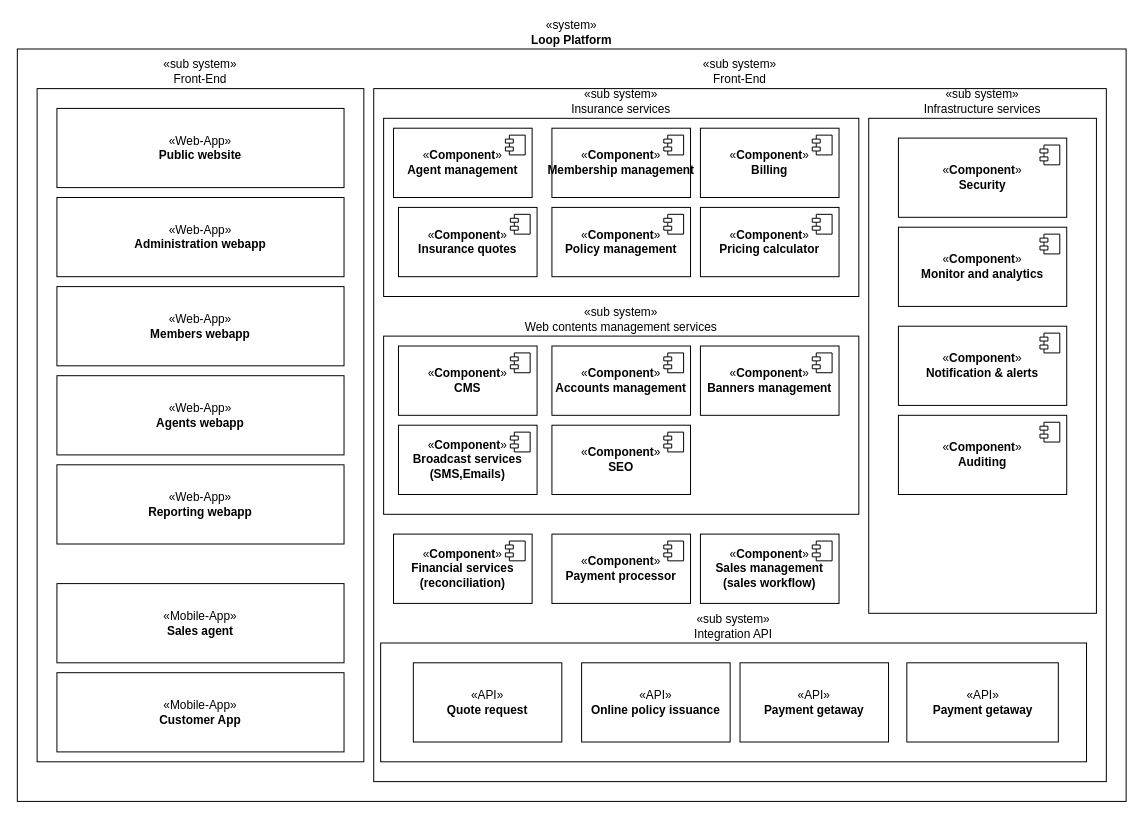
Before: Components diagram.drawio in Dimah02/Software-development-and-documentation, a draw.io diagram. Source tidied: cells renumbered, new cells numbered last; positions are measured from the earlier drawing's top-left corner, leaving out a move shared by most shapes. Both pictures are drawn from the tidied source at 99%, with x=0, y=0 at pixel (17, 49).
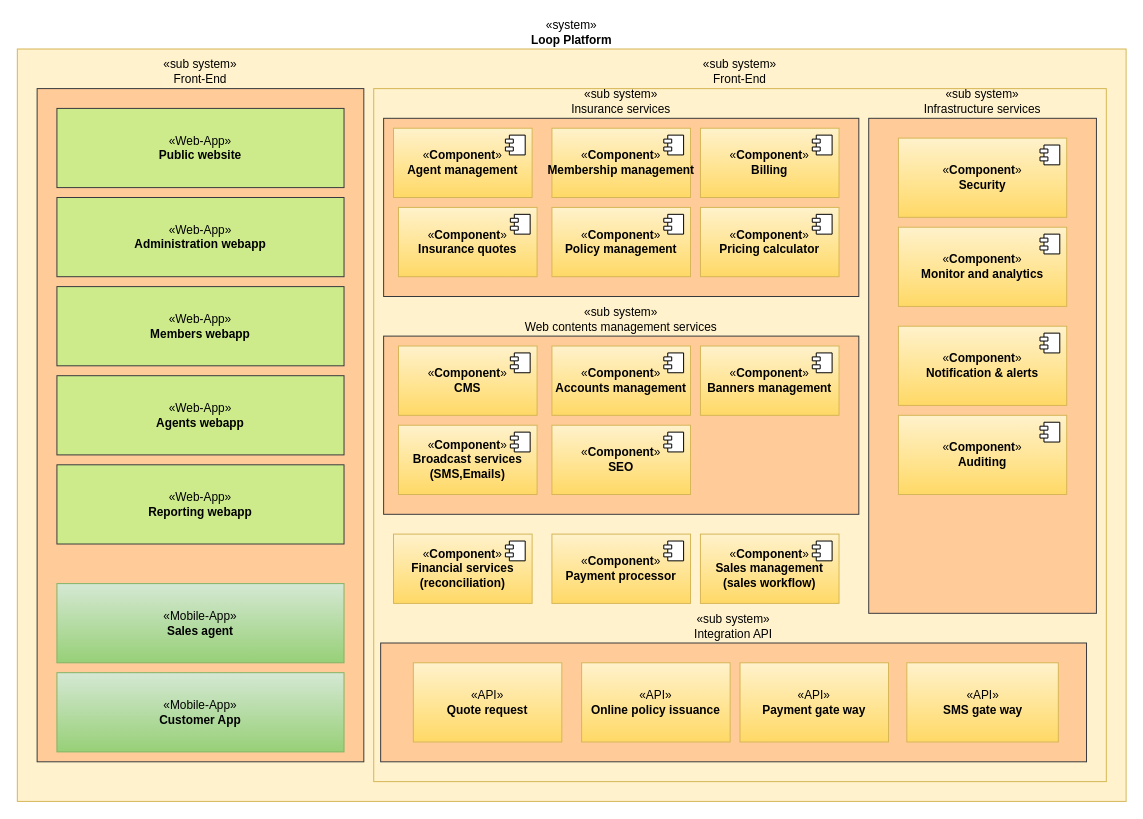
After the change.

The edit, as a diff of the source:
```diff
@@
-    <mxCell id="2" value="«system»&lt;br&gt;&lt;b&gt;Loop Platform&lt;/b&gt;" style="html=1;whiteSpace=wrap;labelPosition=center;verticalLabelPosition=top;align=center;verticalAlign=bottom;" parent="1" vertex="1">
+    <mxCell id="2" value="«system»&lt;br&gt;&lt;b&gt;Loop Platform&lt;/b&gt;" style="html=1;whiteSpace=wrap;labelPosition=center;verticalLabelPosition=top;align=center;verticalAlign=bottom;fillColor=#fff2cc;strokeColor=#d6b656;" parent="1" vertex="1">
       <mxGeometry width="1120" height="760" as="geometry" />
     </mxCell>
-    <mxCell id="3" value="«sub system»&lt;br&gt;Front-End" style="html=1;whiteSpace=wrap;labelPosition=center;verticalLabelPosition=top;align=center;verticalAlign=bottom;" parent="1" vertex="1">
+    <mxCell id="3" value="«sub system»&lt;br&gt;Front-End" style="html=1;whiteSpace=wrap;labelPosition=center;verticalLabelPosition=top;align=center;verticalAlign=bottom;fillColor=#ffcc99;strokeColor=#36393d;" parent="1" vertex="1">
       <mxGeometry x="20" y="40" width="330" height="680" as="geometry" />
     </mxCell>
-    <mxCell id="4" value="«sub system»&lt;br&gt;Front-End" style="html=1;whiteSpace=wrap;labelPosition=center;verticalLabelPosition=top;align=center;verticalAlign=bottom;" parent="1" vertex="1">
+    <mxCell id="4" value="«sub system»&lt;br&gt;Front-End" style="html=1;whiteSpace=wrap;labelPosition=center;verticalLabelPosition=top;align=center;verticalAlign=bottom;fillColor=#fff2cc;strokeColor=#d6b656;" parent="1" vertex="1">
       <mxGeometry x="360" y="40" width="740" height="700" as="geometry" />
     </mxCell>
-    <mxCell id="5" value="«Web-App»&lt;br&gt;&lt;b&gt;Public website&lt;/b&gt;" style="html=1;whiteSpace=wrap;" parent="1" vertex="1">
+    <mxCell id="5" value="«Web-App»&lt;br&gt;&lt;b&gt;Public website&lt;/b&gt;" style="html=1;whiteSpace=wrap;fillColor=#cdeb8b;strokeColor=#36393d;" parent="1" vertex="1">
       <mxGeometry x="40" y="60" width="290" height="80" as="geometry" />
     </mxCell>
-    <mxCell id="6" value="«Web-App»&lt;br&gt;&lt;b&gt;Administration webapp&lt;/b&gt;" style="html=1;whiteSpace=wrap;" parent="1" vertex="1">
+    <mxCell id="6" value="«Web-App»&lt;br&gt;&lt;b&gt;Administration webapp&lt;/b&gt;" style="html=1;whiteSpace=wrap;fillColor=#cdeb8b;strokeColor=#36393d;" parent="1" vertex="1">
       <mxGeometry x="40" y="150" width="290" height="80" as="geometry" />
     </mxCell>
-    <mxCell id="7" value="«Web-App»&lt;br&gt;&lt;b&gt;Members webapp&lt;/b&gt;" style="html=1;whiteSpace=wrap;" parent="1" vertex="1">
+    <mxCell id="7" value="«Web-App»&lt;br&gt;&lt;b&gt;Members webapp&lt;/b&gt;" style="html=1;whiteSpace=wrap;fillColor=#cdeb8b;strokeColor=#36393d;" parent="1" vertex="1">
       <mxGeometry x="40" y="240" width="290" height="80" as="geometry" />
     </mxCell>
-    <mxCell id="8" value="«Web-App»&lt;br&gt;&lt;b&gt;Agents webapp&lt;/b&gt;" style="html=1;whiteSpace=wrap;" parent="1" vertex="1">
+    <mxCell id="8" value="«Web-App»&lt;br&gt;&lt;b&gt;Agents webapp&lt;/b&gt;" style="html=1;whiteSpace=wrap;fillColor=#cdeb8b;strokeColor=#36393d;" parent="1" vertex="1">
       <mxGeometry x="40" y="330" width="290" height="80" as="geometry" />
     </mxCell>
-    <mxCell id="9" value="«Web-App»&lt;br&gt;&lt;b&gt;Reporting webapp&lt;/b&gt;" style="html=1;whiteSpace=wrap;" parent="1" vertex="1">
+    <mxCell id="9" value="«Web-App»&lt;br&gt;&lt;b&gt;Reporting webapp&lt;/b&gt;" style="html=1;whiteSpace=wrap;fillColor=#cdeb8b;strokeColor=#36393d;" parent="1" vertex="1">
       <mxGeometry x="40" y="420" width="290" height="80" as="geometry" />
     </mxCell>
-    <mxCell id="10" value="«Mobile-App»&lt;br&gt;&lt;b&gt;Sales agent&lt;/b&gt;" style="html=1;whiteSpace=wrap;" parent="1" vertex="1">
+    <mxCell id="10" value="«Mobile-App»&lt;br&gt;&lt;b&gt;Sales agent&lt;/b&gt;" style="html=1;whiteSpace=wrap;fillColor=#d5e8d4;gradientColor=#97d077;strokeColor=#82b366;" parent="1" vertex="1">
       <mxGeometry x="40" y="540" width="290" height="80" as="geometry" />
     </mxCell>
-    <mxCell id="11" value="«Mobile-App»&lt;br&gt;&lt;b&gt;Customer App&lt;/b&gt;" style="html=1;whiteSpace=wrap;" parent="1" vertex="1">
+    <mxCell id="11" value="«Mobile-App»&lt;br&gt;&lt;b&gt;Customer App&lt;/b&gt;" style="html=1;whiteSpace=wrap;fillColor=#d5e8d4;gradientColor=#97d077;strokeColor=#82b366;" parent="1" vertex="1">
       <mxGeometry x="40" y="630" width="290" height="80" as="geometry" />
     </mxCell>
-    <mxCell id="12" value="«sub system»&lt;br&gt;Infrastructure services" style="html=1;whiteSpace=wrap;labelPosition=center;verticalLabelPosition=top;align=center;verticalAlign=bottom;" parent="1" vertex="1">
+    <mxCell id="12" value="«sub system»&lt;br&gt;Infrastructure services" style="html=1;whiteSpace=wrap;labelPosition=center;verticalLabelPosition=top;align=center;verticalAlign=bottom;fillColor=#ffcc99;strokeColor=#36393d;" parent="1" vertex="1">
       <mxGeometry x="860" y="70" width="230" height="500" as="geometry" />
     </mxCell>
-    <mxCell id="13" value="«sub system»&lt;br&gt;Insurance services" style="html=1;whiteSpace=wrap;labelPosition=center;verticalLabelPosition=top;align=center;verticalAlign=bottom;" parent="1" vertex="1">
+    <mxCell id="13" value="«sub system»&lt;br&gt;Insurance services" style="html=1;whiteSpace=wrap;labelPosition=center;verticalLabelPosition=top;align=center;verticalAlign=bottom;fillColor=#ffcc99;strokeColor=#36393d;" parent="1" vertex="1">
       <mxGeometry x="370" y="70" width="480" height="180" as="geometry" />
     </mxCell>
-    <mxCell id="14" value="«sub system»&lt;br&gt;Integration API" style="html=1;whiteSpace=wrap;labelPosition=center;verticalLabelPosition=top;align=center;verticalAlign=bottom;" parent="1" vertex="1">
+    <mxCell id="14" value="«sub system»&lt;br&gt;Integration API" style="html=1;whiteSpace=wrap;labelPosition=center;verticalLabelPosition=top;align=center;verticalAlign=bottom;fillColor=#ffcc99;strokeColor=#36393d;" parent="1" vertex="1">
       <mxGeometry x="367" y="600" width="713" height="120" as="geometry" />
     </mxCell>
-    <mxCell id="15" value="«sub system»&lt;br&gt;Web contents management services" style="html=1;whiteSpace=wrap;labelPosition=center;verticalLabelPosition=top;align=center;verticalAlign=bottom;" parent="1" vertex="1">
+    <mxCell id="15" value="«sub system»&lt;br&gt;Web contents management services" style="html=1;whiteSpace=wrap;labelPosition=center;verticalLabelPosition=top;align=center;verticalAlign=bottom;fillColor=#ffcc99;strokeColor=#36393d;" parent="1" vertex="1">
       <mxGeometry x="370" y="290" width="480" height="180" as="geometry" />
     </mxCell>
-    <mxCell id="16" value="«&lt;b style=&quot;border-color: var(--border-color);&quot;&gt;Component&lt;/b&gt;»&lt;br&gt;&lt;b&gt;Agent&amp;nbsp;&lt;/b&gt;&lt;b style=&quot;border-color: var(--border-color);&quot;&gt;management&lt;/b&gt;" style="html=1;whiteSpace=wrap;" parent="1" vertex="1">
+    <mxCell id="16" value="«&lt;b style=&quot;border-color: var(--border-color);&quot;&gt;Component&lt;/b&gt;»&lt;br&gt;&lt;b&gt;Agent&amp;nbsp;&lt;/b&gt;&lt;b style=&quot;border-color: var(--border-color);&quot;&gt;management&lt;/b&gt;" style="html=1;whiteSpace=wrap;fillColor=#fff2cc;strokeColor=#d6b656;gradientColor=#ffd966;" parent="1" vertex="1">
       <mxGeometry x="380" y="80" width="140" height="70" as="geometry" />
     </mxCell>
@@
-    <mxCell id="18" value="«&lt;b style=&quot;border-color: var(--border-color);&quot;&gt;Component&lt;/b&gt;»&lt;br&gt;&lt;b&gt;Billing&lt;/b&gt;" style="html=1;whiteSpace=wrap;" parent="1" vertex="1">
+    <mxCell id="18" value="«&lt;b style=&quot;border-color: var(--border-color);&quot;&gt;Component&lt;/b&gt;»&lt;br&gt;&lt;b&gt;Billing&lt;/b&gt;" style="html=1;whiteSpace=wrap;fillColor=#fff2cc;strokeColor=#d6b656;gradientColor=#ffd966;" parent="1" vertex="1">
       <mxGeometry x="690" y="80" width="140" height="70" as="geometry" />
     </mxCell>
@@
-    <mxCell id="20" value="«&lt;b style=&quot;border-color: var(--border-color);&quot;&gt;Component&lt;/b&gt;»&lt;br&gt;&lt;b&gt;Membership&amp;nbsp;&lt;/b&gt;&lt;b style=&quot;border-color: var(--border-color);&quot;&gt;management&lt;/b&gt;" style="html=1;whiteSpace=wrap;" parent="1" vertex="1">
+    <mxCell id="20" value="«&lt;b style=&quot;border-color: var(--border-color);&quot;&gt;Component&lt;/b&gt;»&lt;br&gt;&lt;b&gt;Membership&amp;nbsp;&lt;/b&gt;&lt;b style=&quot;border-color: var(--border-color);&quot;&gt;management&lt;/b&gt;" style="html=1;whiteSpace=wrap;fillColor=#fff2cc;strokeColor=#d6b656;gradientColor=#ffd966;" parent="1" vertex="1">
       <mxGeometry x="540" y="80" width="140" height="70" as="geometry" />
     </mxCell>
@@
-    <mxCell id="22" value="«&lt;b style=&quot;border-color: var(--border-color);&quot;&gt;Component&lt;/b&gt;»&lt;br&gt;&lt;b&gt;Insurance quotes&lt;/b&gt;" style="html=1;whiteSpace=wrap;" parent="1" vertex="1">
+    <mxCell id="22" value="«&lt;b style=&quot;border-color: var(--border-color);&quot;&gt;Component&lt;/b&gt;»&lt;br&gt;&lt;b&gt;Insurance quotes&lt;/b&gt;" style="html=1;whiteSpace=wrap;fillColor=#fff2cc;strokeColor=#d6b656;gradientColor=#ffd966;" parent="1" vertex="1">
       <mxGeometry x="385" y="160" width="140" height="70" as="geometry" />
     </mxCell>
@@
-    <mxCell id="24" value="«&lt;b style=&quot;border-color: var(--border-color);&quot;&gt;Component&lt;/b&gt;»&lt;br&gt;&lt;b&gt;Policy&amp;nbsp;&lt;/b&gt;&lt;b style=&quot;border-color: var(--border-color);&quot;&gt;management&lt;/b&gt;" style="html=1;whiteSpace=wrap;" parent="1" vertex="1">
+    <mxCell id="24" value="«&lt;b style=&quot;border-color: var(--border-color);&quot;&gt;Component&lt;/b&gt;»&lt;br&gt;&lt;b&gt;Policy&amp;nbsp;&lt;/b&gt;&lt;b style=&quot;border-color: var(--border-color);&quot;&gt;management&lt;/b&gt;" style="html=1;whiteSpace=wrap;fillColor=#fff2cc;strokeColor=#d6b656;gradientColor=#ffd966;" parent="1" vertex="1">
       <mxGeometry x="540" y="160" width="140" height="70" as="geometry" />
     </mxCell>
@@
-    <mxCell id="26" value="«&lt;b style=&quot;border-color: var(--border-color);&quot;&gt;Component&lt;/b&gt;»&lt;br&gt;&lt;b&gt;Pricing calculator&lt;/b&gt;" style="html=1;whiteSpace=wrap;" parent="1" vertex="1">
+    <mxCell id="26" value="«&lt;b style=&quot;border-color: var(--border-color);&quot;&gt;Component&lt;/b&gt;»&lt;br&gt;&lt;b&gt;Pricing calculator&lt;/b&gt;" style="html=1;whiteSpace=wrap;fillColor=#fff2cc;strokeColor=#d6b656;gradientColor=#ffd966;" parent="1" vertex="1">
       <mxGeometry x="690" y="160" width="140" height="70" as="geometry" />
     </mxCell>
@@
-    <mxCell id="28" value="«&lt;b style=&quot;border-color: var(--border-color);&quot;&gt;Component&lt;/b&gt;»&lt;br&gt;&lt;b&gt;Security&lt;/b&gt;" style="html=1;whiteSpace=wrap;" parent="1" vertex="1">
+    <mxCell id="28" value="«&lt;b style=&quot;border-color: var(--border-color);&quot;&gt;Component&lt;/b&gt;»&lt;br&gt;&lt;b&gt;Security&lt;/b&gt;" style="html=1;whiteSpace=wrap;fillColor=#fff2cc;strokeColor=#d6b656;gradientColor=#ffd966;" parent="1" vertex="1">
       <mxGeometry x="890" y="90" width="170" height="80" as="geometry" />
     </mxCell>
@@
-    <mxCell id="30" value="«&lt;b style=&quot;border-color: var(--border-color);&quot;&gt;Component&lt;/b&gt;»&lt;br&gt;&lt;b&gt;Auditing&lt;/b&gt;" style="html=1;whiteSpace=wrap;" parent="1" vertex="1">
+    <mxCell id="30" value="«&lt;b style=&quot;border-color: var(--border-color);&quot;&gt;Component&lt;/b&gt;»&lt;br&gt;&lt;b&gt;Auditing&lt;/b&gt;" style="html=1;whiteSpace=wrap;fillColor=#fff2cc;strokeColor=#d6b656;gradientColor=#ffd966;" parent="1" vertex="1">
       <mxGeometry x="890" y="370" width="170" height="80" as="geometry" />
     </mxCell>
@@
-    <mxCell id="32" value="«&lt;b style=&quot;border-color: var(--border-color);&quot;&gt;Component&lt;/b&gt;»&lt;br&gt;&lt;b&gt;Notification &amp;amp; alerts&lt;/b&gt;" style="html=1;whiteSpace=wrap;" parent="1" vertex="1">
+    <mxCell id="32" value="«&lt;b style=&quot;border-color: var(--border-color);&quot;&gt;Component&lt;/b&gt;»&lt;br&gt;&lt;b&gt;Notification &amp;amp; alerts&lt;/b&gt;" style="html=1;whiteSpace=wrap;fillColor=#fff2cc;strokeColor=#d6b656;gradientColor=#ffd966;" parent="1" vertex="1">
       <mxGeometry x="890" y="280" width="170" height="80" as="geometry" />
     </mxCell>
@@
-    <mxCell id="34" value="«&lt;b style=&quot;border-color: var(--border-color);&quot;&gt;Component&lt;/b&gt;»&lt;br&gt;&lt;b&gt;Monitor and analytics&lt;/b&gt;" style="html=1;whiteSpace=wrap;" parent="1" vertex="1">
+    <mxCell id="34" value="«&lt;b style=&quot;border-color: var(--border-color);&quot;&gt;Component&lt;/b&gt;»&lt;br&gt;&lt;b&gt;Monitor and analytics&lt;/b&gt;" style="html=1;whiteSpace=wrap;fillColor=#fff2cc;strokeColor=#d6b656;gradientColor=#ffd966;" parent="1" vertex="1">
       <mxGeometry x="890" y="180" width="170" height="80" as="geometry" />
     </mxCell>
@@
-    <mxCell id="36" value="«&lt;b style=&quot;border-color: var(--border-color);&quot;&gt;Component&lt;/b&gt;»&lt;br&gt;&lt;b&gt;CMS&lt;/b&gt;" style="html=1;whiteSpace=wrap;" parent="1" vertex="1">
+    <mxCell id="36" value="«&lt;b style=&quot;border-color: var(--border-color);&quot;&gt;Component&lt;/b&gt;»&lt;br&gt;&lt;b&gt;CMS&lt;/b&gt;" style="html=1;whiteSpace=wrap;fillColor=#fff2cc;strokeColor=#d6b656;gradientColor=#ffd966;" parent="1" vertex="1">
       <mxGeometry x="385" y="300" width="140" height="70" as="geometry" />
     </mxCell>
@@
-    <mxCell id="38" value="«&lt;b style=&quot;border-color: var(--border-color);&quot;&gt;Component&lt;/b&gt;»&lt;br&gt;&lt;b&gt;Accounts&amp;nbsp;&lt;/b&gt;&lt;b style=&quot;border-color: var(--border-color);&quot;&gt;management&lt;/b&gt;" style="html=1;whiteSpace=wrap;" parent="1" vertex="1">
+    <mxCell id="38" value="«&lt;b style=&quot;border-color: var(--border-color);&quot;&gt;Component&lt;/b&gt;»&lt;br&gt;&lt;b&gt;Accounts&amp;nbsp;&lt;/b&gt;&lt;b style=&quot;border-color: var(--border-color);&quot;&gt;management&lt;/b&gt;" style="html=1;whiteSpace=wrap;fillColor=#fff2cc;strokeColor=#d6b656;gradientColor=#ffd966;" parent="1" vertex="1">
       <mxGeometry x="540" y="300" width="140" height="70" as="geometry" />
     </mxCell>
@@
-    <mxCell id="40" value="«&lt;b style=&quot;border-color: var(--border-color);&quot;&gt;Component&lt;/b&gt;»&lt;br&gt;&lt;b&gt;SEO&lt;/b&gt;" style="html=1;whiteSpace=wrap;" parent="1" vertex="1">
+    <mxCell id="40" value="«&lt;b style=&quot;border-color: var(--border-color);&quot;&gt;Component&lt;/b&gt;»&lt;br&gt;&lt;b&gt;SEO&lt;/b&gt;" style="html=1;whiteSpace=wrap;fillColor=#fff2cc;strokeColor=#d6b656;gradientColor=#ffd966;" parent="1" vertex="1">
       <mxGeometry x="540" y="380" width="140" height="70" as="geometry" />
     </mxCell>
@@
-    <mxCell id="42" value="«&lt;b style=&quot;border-color: var(--border-color);&quot;&gt;Component&lt;/b&gt;»&lt;br&gt;&lt;b&gt;Broadcast services&lt;br&gt;(SMS,Emails)&lt;br&gt;&lt;/b&gt;" style="html=1;whiteSpace=wrap;" parent="1" vertex="1">
+    <mxCell id="42" value="«&lt;b style=&quot;border-color: var(--border-color);&quot;&gt;Component&lt;/b&gt;»&lt;br&gt;&lt;b&gt;Broadcast services&lt;br&gt;(SMS,Emails)&lt;br&gt;&lt;/b&gt;" style="html=1;whiteSpace=wrap;fillColor=#fff2cc;strokeColor=#d6b656;gradientColor=#ffd966;" parent="1" vertex="1">
       <mxGeometry x="385" y="380" width="140" height="70" as="geometry" />
     </mxCell>
@@
-    <mxCell id="44" value="«&lt;b style=&quot;border-color: var(--border-color);&quot;&gt;Component&lt;/b&gt;»&lt;br&gt;&lt;b&gt;Banners&amp;nbsp;management&lt;/b&gt;" style="html=1;whiteSpace=wrap;" parent="1" vertex="1">
+    <mxCell id="44" value="«&lt;b style=&quot;border-color: var(--border-color);&quot;&gt;Component&lt;/b&gt;»&lt;br&gt;&lt;b&gt;Banners&amp;nbsp;management&lt;/b&gt;" style="html=1;whiteSpace=wrap;fillColor=#fff2cc;strokeColor=#d6b656;gradientColor=#ffd966;" parent="1" vertex="1">
       <mxGeometry x="690" y="300" width="140" height="70" as="geometry" />
     </mxCell>
@@
-    <mxCell id="46" value="«&lt;b style=&quot;border-color: var(--border-color);&quot;&gt;Component&lt;/b&gt;»&lt;br&gt;&lt;b&gt;Financial services&lt;/b&gt;&lt;br&gt;&lt;b&gt;(reconciliation)&lt;/b&gt;" style="html=1;whiteSpace=wrap;" parent="1" vertex="1">
+    <mxCell id="46" value="«&lt;b style=&quot;border-color: var(--border-color);&quot;&gt;Component&lt;/b&gt;»&lt;br&gt;&lt;b&gt;Financial services&lt;/b&gt;&lt;br&gt;&lt;b&gt;(reconciliation)&lt;/b&gt;" style="html=1;whiteSpace=wrap;fillColor=#fff2cc;strokeColor=#d6b656;gradientColor=#ffd966;" parent="1" vertex="1">
       <mxGeometry x="380" y="490" width="140" height="70" as="geometry" />
     </mxCell>
@@
-    <mxCell id="48" value="«&lt;b style=&quot;border-color: var(--border-color);&quot;&gt;Component&lt;/b&gt;»&lt;br&gt;&lt;b&gt;Payment processor&lt;/b&gt;" style="html=1;whiteSpace=wrap;" parent="1" vertex="1">
+    <mxCell id="48" value="«&lt;b style=&quot;border-color: var(--border-color);&quot;&gt;Component&lt;/b&gt;»&lt;br&gt;&lt;b&gt;Payment processor&lt;/b&gt;" style="html=1;whiteSpace=wrap;fillColor=#fff2cc;strokeColor=#d6b656;gradientColor=#ffd966;" parent="1" vertex="1">
       <mxGeometry x="540" y="490" width="140" height="70" as="geometry" />
     </mxCell>
@@
-    <mxCell id="50" value="«&lt;b style=&quot;border-color: var(--border-color);&quot;&gt;Component&lt;/b&gt;»&lt;br&gt;&lt;b&gt;Sales&amp;nbsp;&lt;/b&gt;&lt;b style=&quot;border-color: var(--border-color);&quot;&gt;management&lt;br&gt;(sales workflow)&lt;br&gt;&lt;/b&gt;" style="html=1;whiteSpace=wrap;" parent="1" vertex="1">
+    <mxCell id="50" value="«&lt;b style=&quot;border-color: var(--border-color);&quot;&gt;Component&lt;/b&gt;»&lt;br&gt;&lt;b&gt;Sales&amp;nbsp;&lt;/b&gt;&lt;b style=&quot;border-color: var(--border-color);&quot;&gt;management&lt;br&gt;(sales workflow)&lt;br&gt;&lt;/b&gt;" style="html=1;whiteSpace=wrap;fillColor=#fff2cc;strokeColor=#d6b656;gradientColor=#ffd966;" parent="1" vertex="1">
       <mxGeometry x="690" y="490" width="140" height="70" as="geometry" />
     </mxCell>
@@
-    <mxCell id="52" value="«API»&lt;br&gt;&lt;b&gt;Quote request&lt;/b&gt;" style="html=1;whiteSpace=wrap;" parent="1" vertex="1">
+    <mxCell id="52" value="«API»&lt;br&gt;&lt;b&gt;Quote request&lt;/b&gt;" style="html=1;whiteSpace=wrap;fillColor=#fff2cc;strokeColor=#d6b656;gradientColor=#ffd966;" parent="1" vertex="1">
       <mxGeometry x="400" y="620" width="150" height="80" as="geometry" />
     </mxCell>
-    <mxCell id="53" value="«API»&lt;br&gt;&lt;b&gt;Online policy issuance&lt;/b&gt;" style="html=1;whiteSpace=wrap;" parent="1" vertex="1">
+    <mxCell id="53" value="«API»&lt;br&gt;&lt;b&gt;Online policy issuance&lt;/b&gt;" style="html=1;whiteSpace=wrap;fillColor=#fff2cc;strokeColor=#d6b656;gradientColor=#ffd966;" parent="1" vertex="1">
       <mxGeometry x="570" y="620" width="150" height="80" as="geometry" />
     </mxCell>
-    <mxCell id="54" value="«API»&lt;br&gt;&lt;b&gt;Payment&amp;nbsp;getaway&lt;/b&gt;" style="html=1;whiteSpace=wrap;" parent="1" vertex="1">
+    <mxCell id="54" value="«API»&lt;br&gt;&lt;b&gt;Payment&amp;nbsp;gate way&lt;/b&gt;" style="html=1;whiteSpace=wrap;fillColor=#fff2cc;strokeColor=#d6b656;gradientColor=#ffd966;" parent="1" vertex="1">
       <mxGeometry x="730" y="620" width="150" height="80" as="geometry" />
     </mxCell>
-    <mxCell id="55" value="«API»&lt;br&gt;&lt;b&gt;Payment&amp;nbsp;getaway&lt;/b&gt;" style="html=1;whiteSpace=wrap;" parent="1" vertex="1">
+    <mxCell id="55" value="«API»&lt;br&gt;&lt;b&gt;SMS gate way&lt;/b&gt;" style="html=1;whiteSpace=wrap;fillColor=#fff2cc;strokeColor=#d6b656;gradientColor=#ffd966;" parent="1" vertex="1">
       <mxGeometry x="898.5" y="620" width="153" height="80" as="geometry" />
     </mxCell>
```
